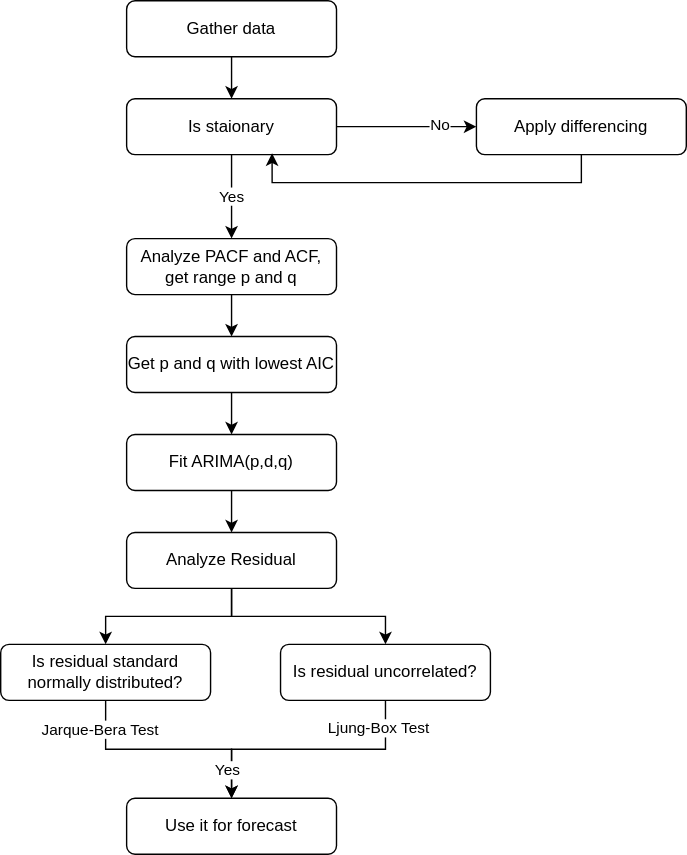
matt-lvk/energy_market_toymodel keeps this draw.io diagram as img/arima_workflow.svg. Above is the earlier version. Source tidied: cells renumbered, new cells last; positions are measured from the earlier drawing's top-left corner, leaving out a move shared by most shapes.
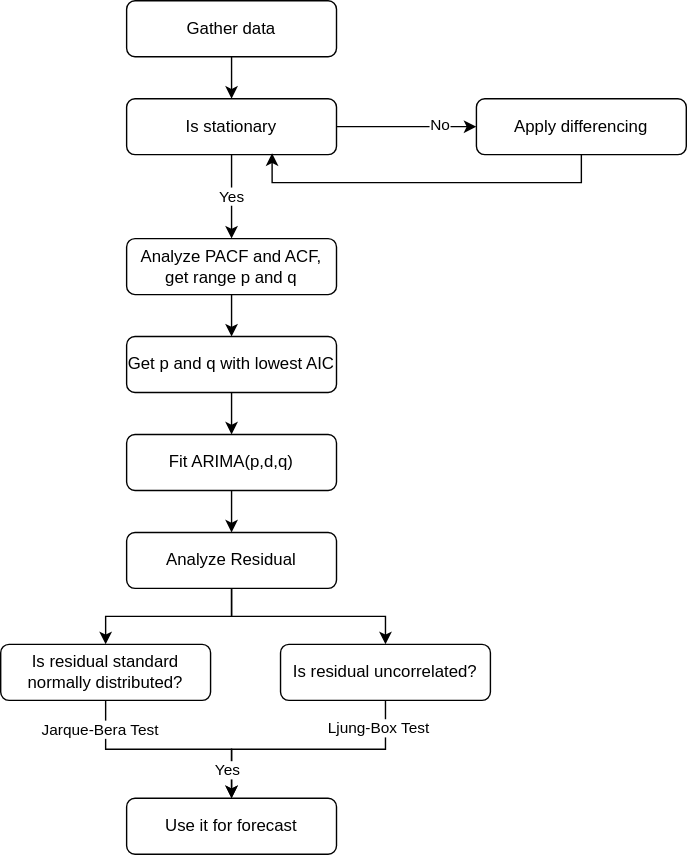
The same diagram one commit later.

What changed in the source:
```diff
@@ -37,7 +37,7 @@
     <mxCell id="10" value="Yes" style="edgeStyle=orthogonalEdgeStyle;rounded=0;jettySize=auto;html=1;" parent="1" edge="1" source="11" target="15">
       <mxGeometry relative="1" as="geometry" />
     </mxCell>
-    <mxCell id="11" value="&lt;div&gt;Is staionary&lt;/div&gt;" style="rounded=1;whiteSpace=wrap;html=1;fontSize=12;glass=0;strokeWidth=1;shadow=0;" parent="1" vertex="1">
+    <mxCell id="11" value="&lt;div&gt;Is stationary&lt;/div&gt;" style="rounded=1;whiteSpace=wrap;html=1;fontSize=12;glass=0;strokeWidth=1;shadow=0;" parent="1" vertex="1">
       <mxGeometry x="90" y="70" width="150" height="40" as="geometry" />
     </mxCell>
     <mxCell id="12" value="&lt;div&gt;Apply differencing&lt;/div&gt;" style="rounded=1;whiteSpace=wrap;html=1;fontSize=12;glass=0;strokeWidth=1;shadow=0;" parent="1" vertex="1">
```
